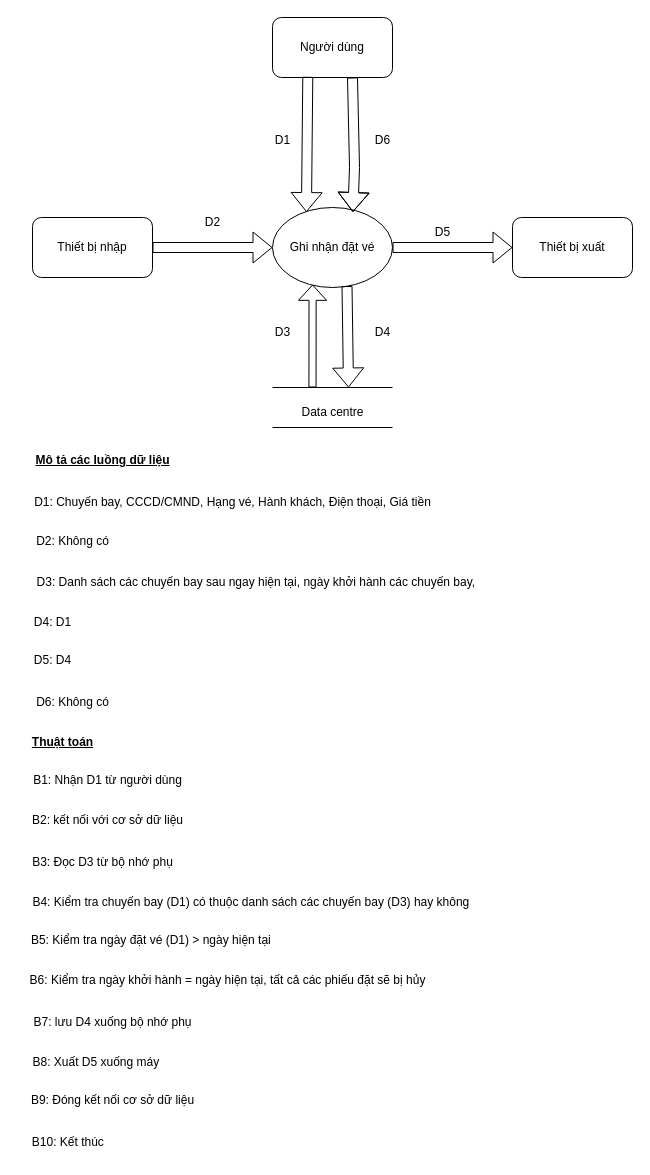
Before: DFD/yc3_luu_tru.drawio in phat9824/Flight_ticket_manegement, a draw.io diagram. Source tidied: cells renumbered, new cells numbered last; positions are measured from the earlier drawing's top-left corner, leaving out a move shared by most shapes. Both pictures are drawn from the tidied source at 100%, with x=0, y=0 at pixel (17, 17).
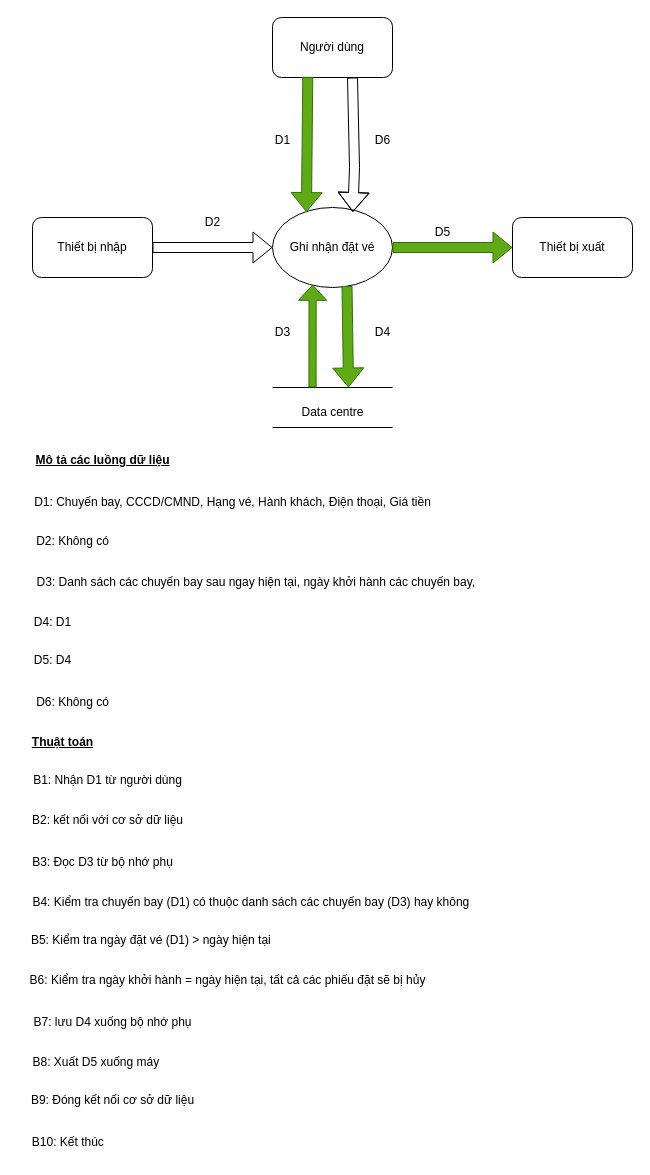
Above is the later version.

Unchanged cells that the change refers to:
```xml
<mxCell id="2" value="Ghi nhận đặt vé" style="ellipse;whiteSpace=wrap;html=1;" parent="1" vertex="1">
  <mxGeometry x="255" y="190" width="120" height="80" as="geometry" />
</mxCell>
<mxCell id="3" value="Người dùng" style="rounded=1;whiteSpace=wrap;html=1;" parent="1" vertex="1">
  <mxGeometry x="255" width="120" height="60" as="geometry" />
</mxCell>
<mxCell id="5" value="Thiết bị xuất" style="rounded=1;whiteSpace=wrap;html=1;" parent="1" vertex="1">
  <mxGeometry x="495" y="200" width="120" height="60" as="geometry" />
</mxCell>
```

Diff of the diagram source:
```diff
@@
-    <mxCell id="6" style="shape=flexArrow;endArrow=classic;html=1;rounded=0;exitX=0.294;exitY=0.989;exitDx=0;exitDy=0;entryX=0.283;entryY=0.057;entryDx=0;entryDy=0;entryPerimeter=0;exitPerimeter=0;" parent="1" edge="1" source="3" target="2">
+    <mxCell id="6" style="shape=flexArrow;endArrow=classic;html=1;rounded=0;exitX=0.294;exitY=0.989;exitDx=0;exitDy=0;entryX=0.283;entryY=0.057;entryDx=0;entryDy=0;entryPerimeter=0;exitPerimeter=0;fillColor=#60a917;strokeColor=#2D7600;" parent="1" edge="1" source="3" target="2">
       <mxGeometry relative="1" as="geometry" />
     </mxCell>
@@
-    <mxCell id="8" style="shape=flexArrow;endArrow=classic;html=1;rounded=0;entryX=0;entryY=0.5;entryDx=0;entryDy=0;exitX=1;exitY=0.5;exitDx=0;exitDy=0;" parent="1" edge="1" source="2" target="5">
+    <mxCell id="8" style="shape=flexArrow;endArrow=classic;html=1;rounded=0;entryX=0;entryY=0.5;entryDx=0;entryDy=0;exitX=1;exitY=0.5;exitDx=0;exitDy=0;fillColor=#60a917;strokeColor=#2D7600;" parent="1" edge="1" source="2" target="5">
       <mxGeometry relative="1" as="geometry" />
     </mxCell>
@@
-    <mxCell id="12" style="shape=flexArrow;endArrow=classic;html=1;rounded=0;width=7.142857142857142;endSize=4.771428571428571;entryX=0.334;entryY=0.963;entryDx=0;entryDy=0;entryPerimeter=0;" parent="1" edge="1" target="2">
+    <mxCell id="12" style="shape=flexArrow;endArrow=classic;html=1;rounded=0;width=7.142857142857142;endSize=4.771428571428571;entryX=0.334;entryY=0.963;entryDx=0;entryDy=0;entryPerimeter=0;fillColor=#60a917;strokeColor=#2D7600;" parent="1" edge="1" target="2">
       <mxGeometry relative="1" as="geometry">
         <mxPoint x="295" y="370" as="sourcePoint" />
       </mxGeometry>
     </mxCell>
-    <mxCell id="13" style="shape=flexArrow;endArrow=classic;html=1;rounded=0;exitX=0.621;exitY=0.981;exitDx=0;exitDy=0;exitPerimeter=0;" parent="1" edge="1" source="2">
+    <mxCell id="13" style="shape=flexArrow;endArrow=classic;html=1;rounded=0;exitX=0.621;exitY=0.981;exitDx=0;exitDy=0;exitPerimeter=0;fillColor=#60a917;strokeColor=#2D7600;" parent="1" edge="1" source="2">
       <mxGeometry relative="1" as="geometry">
         <mxPoint x="331" y="370" as="targetPoint" />
       </mxGeometry>
     </mxCell>
```
